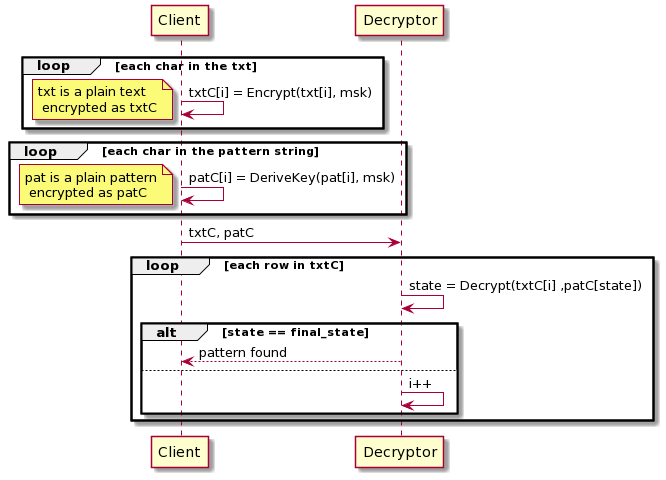
This is pattern_matching.png from lorand1984/pattern_matching_inner_product_functional_encryption, a PlantUML export, as it was before one commit. The source it was exported from:
```plantuml
@startuml
loop each char in the txt
        "Client" as C -> C: txtC[i] = Encrypt(txt[i], msk)
        note left: txt is a plain text\n encrypted as txtC
    end
loop each char in the pattern string
  C -> C: patC[i] = DeriveKey(pat[i], msk)
        note left: pat is a plain pattern\n encrypted as patC
    end
 C -> "Decryptor" as D: txtC, patC
loop each row in txtC
       D -> D: state = Decrypt(txtC[i] ,patC[state])
       alt state == final_state
          D --> C: pattern found
       else
          D -> D: i++
       end
    end
@enduml
```
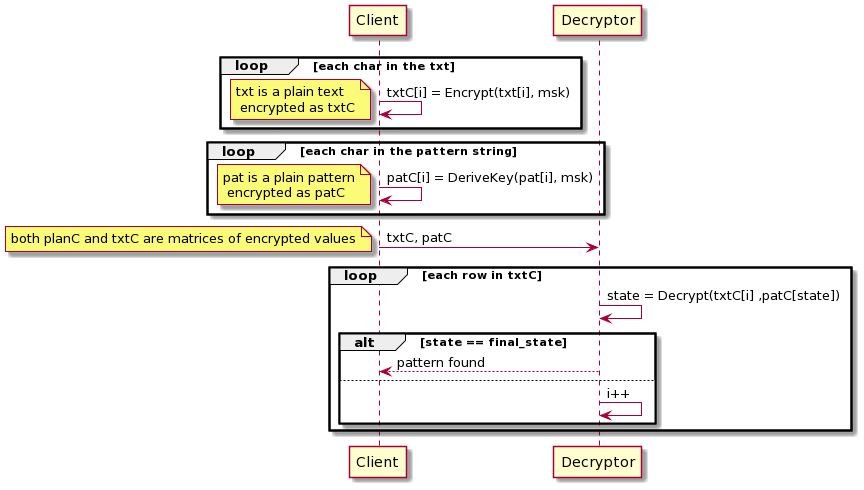
Later version of the same file.

Change to the diagram source:
```diff
@@ -8,6 +8,7 @@
         note left: pat is a plain pattern\n encrypted as patC
     end
  C -> "Decryptor" as D: txtC, patC
+ note left: both planC and txtC are matrices of encrypted values
 loop each row in txtC
        D -> D: state = Decrypt(txtC[i] ,patC[state])
        alt state == final_state
```
